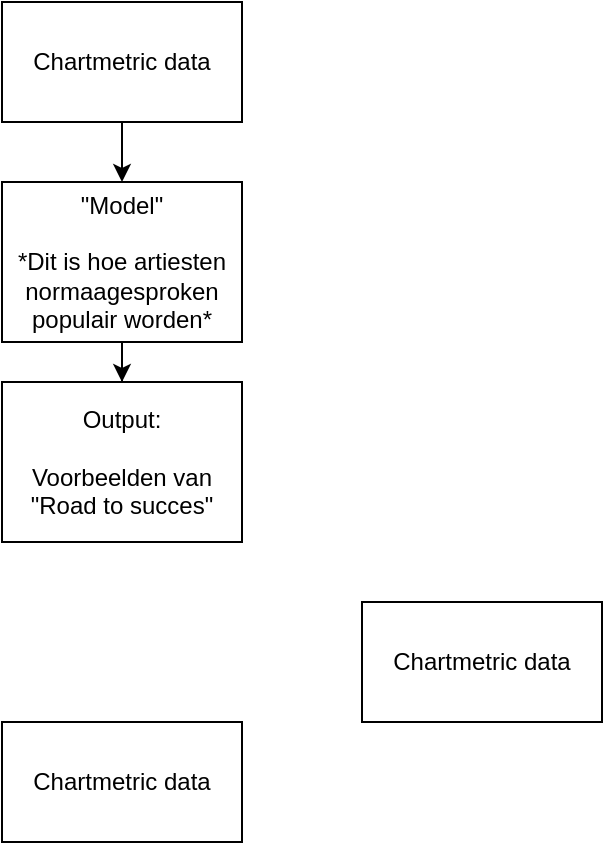
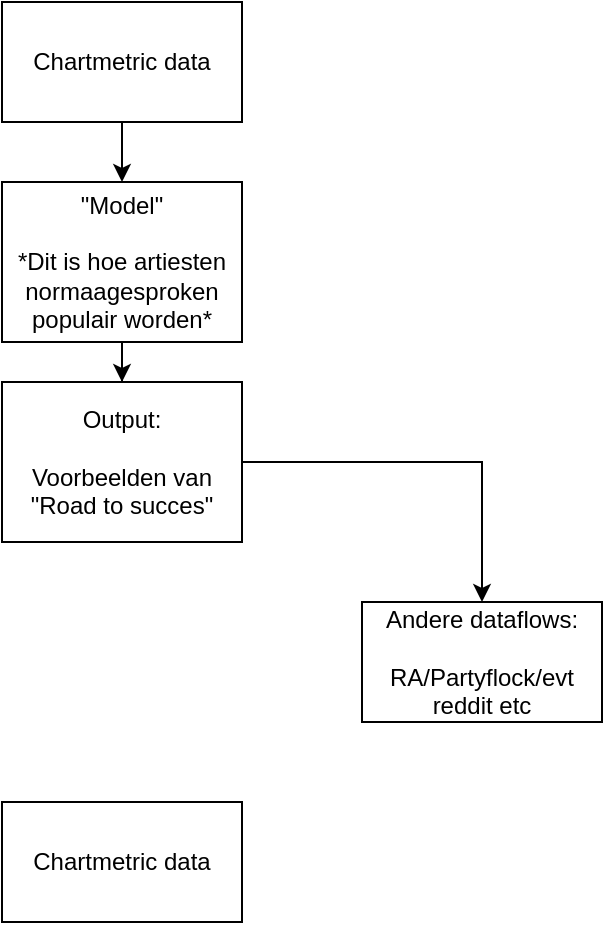
<mxfile host="app.diagrams.net">
  <diagram name="Pagina-1" id="noXttej1SAf8xjOeNVDw">
    <mxGraphModel dx="970" dy="520" grid="1" gridSize="10" guides="1" tooltips="1" connect="1" arrows="1" fold="1" page="1" pageScale="1" pageWidth="827" pageHeight="1169" math="0" shadow="0">
      <root>
        <mxCell id="0" />
        <mxCell id="1" parent="0" />
        <mxCell id="akCuC50f9PSZu7p6AyEB-3" edge="1" parent="1" source="akCuC50f9PSZu7p6AyEB-1" style="edgeStyle=orthogonalEdgeStyle;rounded=0;orthogonalLoop=1;jettySize=auto;html=1;" target="akCuC50f9PSZu7p6AyEB-2" value="">
          <mxGeometry relative="1" as="geometry" />
        </mxCell>
        <mxCell id="akCuC50f9PSZu7p6AyEB-1" parent="1" style="rounded=0;whiteSpace=wrap;html=1;" value="Chartmetric data" vertex="1">
          <mxGeometry height="60" width="120" x="300" y="50" as="geometry" />
        </mxCell>
        <mxCell id="akCuC50f9PSZu7p6AyEB-5" edge="1" parent="1" source="akCuC50f9PSZu7p6AyEB-2" style="edgeStyle=orthogonalEdgeStyle;rounded=0;orthogonalLoop=1;jettySize=auto;html=1;" target="akCuC50f9PSZu7p6AyEB-4" value="">
          <mxGeometry relative="1" as="geometry" />
        </mxCell>
        <mxCell id="akCuC50f9PSZu7p6AyEB-2" parent="1" style="rounded=0;whiteSpace=wrap;html=1;" value="&quot;Model&quot;&lt;div&gt;&lt;br&gt;&lt;/div&gt;&lt;div&gt;*Dit is hoe artiesten normaagesproken populair worden*&lt;/div&gt;" vertex="1">
          <mxGeometry height="80" width="120" x="300" y="140" as="geometry" />
        </mxCell>
+         <mxCell id="akCuC50f9PSZu7p6AyEB-9" edge="1" parent="1" source="akCuC50f9PSZu7p6AyEB-4" style="edgeStyle=orthogonalEdgeStyle;rounded=0;orthogonalLoop=1;jettySize=auto;html=1;" target="akCuC50f9PSZu7p6AyEB-6">
+           <mxGeometry relative="1" as="geometry" />
+         </mxCell>
        <mxCell id="akCuC50f9PSZu7p6AyEB-4" parent="1" style="rounded=0;whiteSpace=wrap;html=1;" value="Output:&lt;div&gt;&lt;br&gt;&lt;/div&gt;&lt;div&gt;Voorbeelden van &quot;Road to succes&quot;&lt;/div&gt;" vertex="1">
          <mxGeometry height="80" width="120" x="300" y="240" as="geometry" />
        </mxCell>
-         <mxCell id="akCuC50f9PSZu7p6AyEB-6" parent="1" style="rounded=0;whiteSpace=wrap;html=1;" value="Chartmetric data" vertex="1">
+         <mxCell id="akCuC50f9PSZu7p6AyEB-6" parent="1" style="rounded=0;whiteSpace=wrap;html=1;" value="Andere dataflows:&lt;div&gt;&lt;br&gt;&lt;/div&gt;&lt;div&gt;RA/Partyflock/evt reddit etc&lt;/div&gt;" vertex="1">
          <mxGeometry height="60" width="120" x="480" y="350" as="geometry" />
        </mxCell>
        <mxCell id="akCuC50f9PSZu7p6AyEB-8" parent="1" style="rounded=0;whiteSpace=wrap;html=1;" value="Chartmetric data" vertex="1">
-           <mxGeometry height="60" width="120" x="300" y="410" as="geometry" />
+           <mxGeometry height="60" width="120" x="300" y="450" as="geometry" />
        </mxCell>
      </root>
    </mxGraphModel>
  </diagram>
</mxfile>
